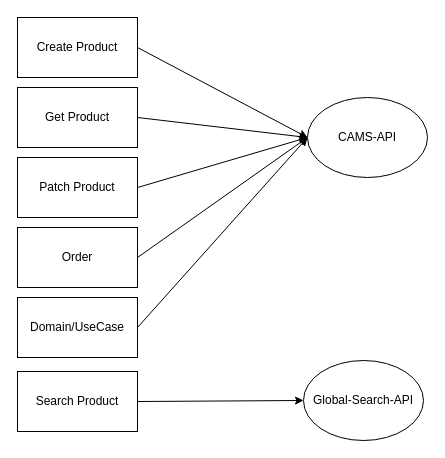
Earlier version of the draw.io diagram dph-relation.drawio (ganisback/draw.io). Source tidied: cells renumbered, new cells numbered last; positions are measured from the earlier drawing's top-left corner, leaving out a move shared by most shapes. Both pictures are drawn from the tidied source at 100%, with x=0, y=0 at pixel (17, 17).
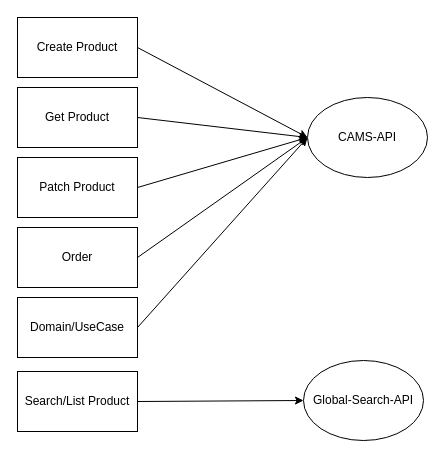
The same page after the edit.

The edit, as a diff of the source:
```diff
@@
 <mxGraphModel>
   <root>
     <mxCell id="0" />
     <mxCell id="1" parent="0" />
     <mxCell id="2" value="Create Product" style="rounded=0;whiteSpace=wrap;html=1;" parent="1" vertex="1">
       <mxGeometry width="120" height="60" as="geometry" />
     </mxCell>
     <mxCell id="3" value="Get Product" style="rounded=0;whiteSpace=wrap;html=1;" parent="1" vertex="1">
       <mxGeometry y="70" width="120" height="60" as="geometry" />
     </mxCell>
     <mxCell id="4" value="Patch Product" style="rounded=0;whiteSpace=wrap;html=1;" parent="1" vertex="1">
       <mxGeometry y="140" width="120" height="60" as="geometry" />
     </mxCell>
     <mxCell id="5" value="Order" style="rounded=0;whiteSpace=wrap;html=1;" parent="1" vertex="1">
       <mxGeometry y="210" width="120" height="60" as="geometry" />
     </mxCell>
     <mxCell id="6" value="CAMS-API" style="ellipse;whiteSpace=wrap;html=1;" parent="1" vertex="1">
       <mxGeometry x="290" y="80" width="120" height="80" as="geometry" />
     </mxCell>
     <mxCell id="7" style="endArrow=classic;html=1;rounded=0;exitX=1;exitY=0.5;exitDx=0;exitDy=0;entryX=0;entryY=0.5;entryDx=0;entryDy=0;" parent="1" edge="1" source="2" target="6">
       <mxGeometry relative="1" as="geometry" />
     </mxCell>
     <mxCell id="8" style="endArrow=classic;html=1;rounded=0;exitX=1;exitY=0.5;exitDx=0;exitDy=0;" parent="1" edge="1" source="3">
       <mxGeometry relative="1" as="geometry">
         <mxPoint x="290" y="120" as="targetPoint" />
       </mxGeometry>
     </mxCell>
     <mxCell id="9" style="endArrow=classic;html=1;rounded=0;exitX=1;exitY=0.5;exitDx=0;exitDy=0;" parent="1" edge="1" source="4">
       <mxGeometry relative="1" as="geometry">
         <mxPoint x="290" y="120" as="targetPoint" />
       </mxGeometry>
     </mxCell>
     <mxCell id="10" style="endArrow=classic;html=1;rounded=0;exitX=1;exitY=0.5;exitDx=0;exitDy=0;" parent="1" edge="1" source="5">
       <mxGeometry relative="1" as="geometry">
         <mxPoint x="290" y="120" as="targetPoint" />
       </mxGeometry>
     </mxCell>
-    <mxCell id="11" value="Search Product" style="rounded=0;whiteSpace=wrap;html=1;" parent="1" vertex="1">
+    <mxCell id="11" value="Search/List Product" style="rounded=0;whiteSpace=wrap;html=1;" parent="1" vertex="1">
       <mxGeometry y="354" width="120" height="60" as="geometry" />
     </mxCell>
     <mxCell id="12" value="Global-Search-API" style="ellipse;whiteSpace=wrap;html=1;" parent="1" vertex="1">
       <mxGeometry x="286" y="343" width="120" height="80" as="geometry" />
     </mxCell>
     <mxCell id="13" style="endArrow=classic;html=1;rounded=0;exitX=1;exitY=0.5;exitDx=0;exitDy=0;entryX=0;entryY=0.5;entryDx=0;entryDy=0;" parent="1" edge="1" source="11" target="12">
       <mxGeometry relative="1" as="geometry" />
     </mxCell>
     <mxCell id="14" value="Domain/UseCase" style="rounded=0;whiteSpace=wrap;html=1;" parent="1" vertex="1">
       <mxGeometry y="280" width="120" height="60" as="geometry" />
     </mxCell>
     <mxCell id="15" style="endArrow=classic;html=1;rounded=0;exitX=1;exitY=0.5;exitDx=0;exitDy=0;entryX=0;entryY=0.5;entryDx=0;entryDy=0;" parent="1" edge="1" source="14" target="6">
       <mxGeometry relative="1" as="geometry" />
     </mxCell>
   </root>
 </mxGraphModel>
```
